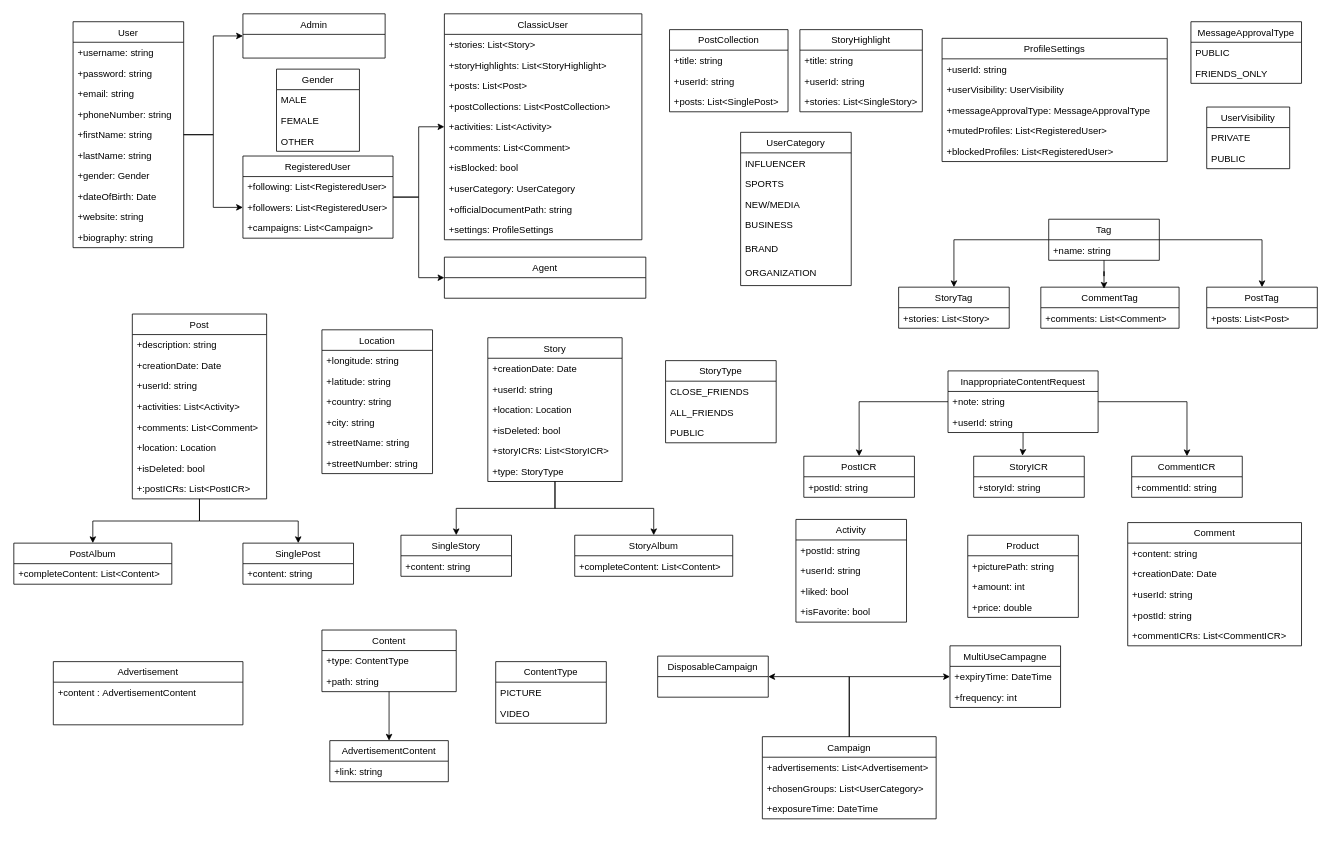
This is XML/Untitled Diagram.drawio from Ana00000/XML-and-BSEP, a draw.io file, before an edit. Source tidied: cells renumbered, new cells numbered last; positions are measured from the earlier drawing's top-left corner, leaving out a move shared by most shapes. Both pictures are drawn from the tidied source at 79%, with x=0, y=0 at pixel (13, 13).
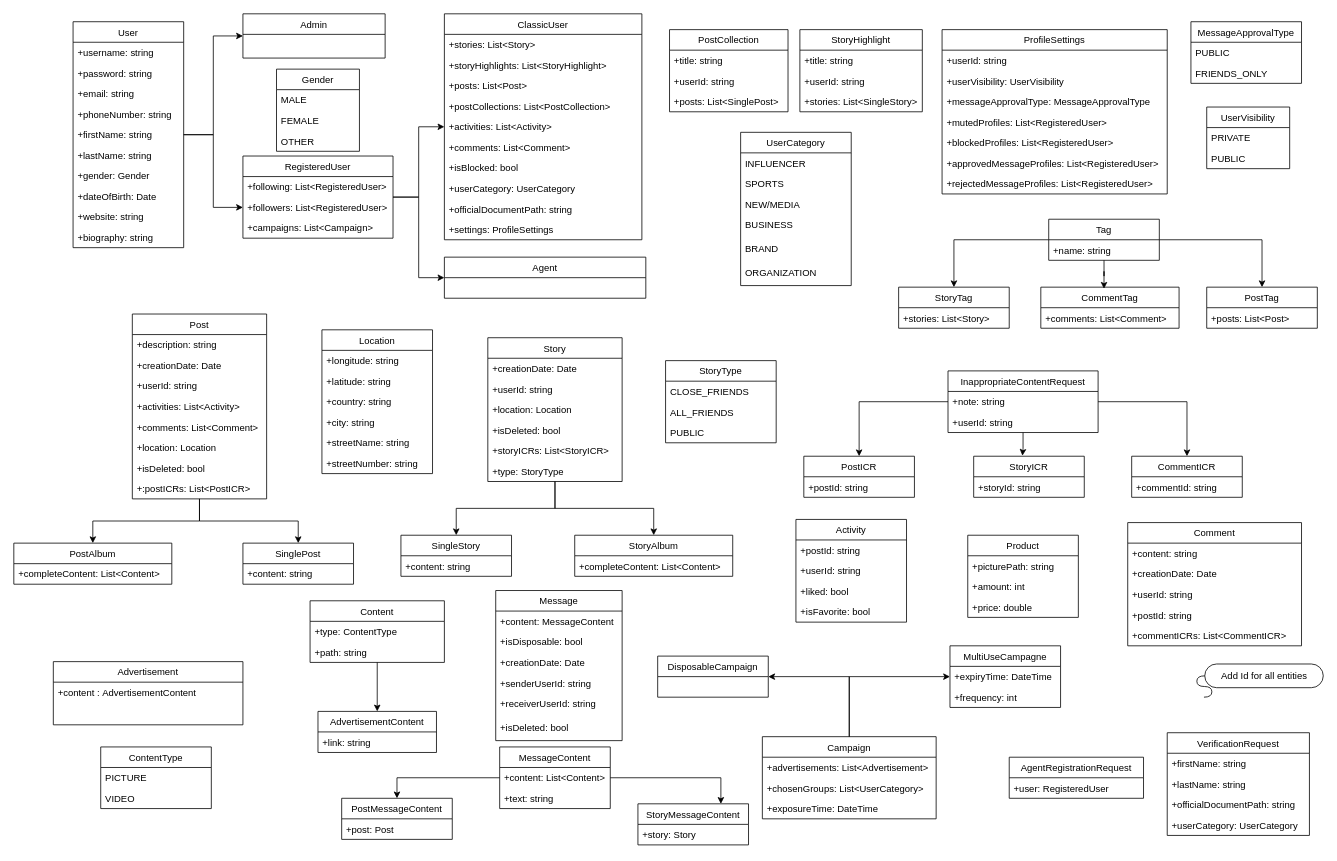
Above is the later version.

Commit message:
XML-chore: messages in diagram added

Diff of the diagram source:
```diff
@@
     <mxCell id="44" value="ProfileSettings" style="swimlane;fontStyle=0;horizontal=1;startSize=26;fillColor=none;" parent="1" vertex="1">
-      <mxGeometry x="1175" y="31" width="285" height="156" as="geometry" />
+      <mxGeometry x="1175" y="20" width="285" height="208" as="geometry" />
     </mxCell>
@@
+    <mxCell id="164" value="+approvedMessageProfiles: List&lt;RegisteredUser&gt;" style="text;strokeColor=none;fillColor=none;align=left;verticalAlign=top;spacingLeft=4;spacingRight=4;overflow=hidden;" parent="44" vertex="1">
+      <mxGeometry y="156" width="285" height="26" as="geometry" />
+    </mxCell>
+    <mxCell id="165" value="+rejectedMessageProfiles: List&lt;RegisteredUser&gt;" style="text;strokeColor=none;fillColor=none;align=left;verticalAlign=top;spacingLeft=4;spacingRight=4;overflow=hidden;" parent="44" vertex="1">
+      <mxGeometry y="182" width="285" height="26" as="geometry" />
+    </mxCell>
@@
     <mxCell id="115" value="Content" style="swimlane;fontStyle=0;horizontal=1;startSize=26;fillColor=none;" parent="1" vertex="1">
-      <mxGeometry x="390" y="780" width="170" height="78" as="geometry" />
+      <mxGeometry x="375" y="743" width="170" height="78" as="geometry" />
     </mxCell>
@@
     <mxCell id="118" value="AdvertisementContent" style="swimlane;fontStyle=0;horizontal=1;startSize=26;fillColor=none;" parent="1" vertex="1">
-      <mxGeometry x="400" y="920" width="150" height="52" as="geometry" />
+      <mxGeometry x="385" y="883" width="150" height="52" as="geometry" />
     </mxCell>
@@
     <mxCell id="120" value="ContentType" style="swimlane;fontStyle=0;horizontal=1;startSize=26;fillColor=none;" parent="1" vertex="1">
-      <mxGeometry x="610" y="820" width="140" height="78" as="geometry" />
+      <mxGeometry x="110" y="928" width="140" height="78" as="geometry" />
     </mxCell>
@@
+    <mxCell id="166" value="VerificationRequest" style="swimlane;fontStyle=0;horizontal=1;startSize=26;fillColor=none;" parent="1" vertex="1">
+      <mxGeometry x="1460" y="910" width="180" height="130" as="geometry" />
+    </mxCell>
+    <mxCell id="167" value="+firstName: string" style="text;strokeColor=none;fillColor=none;align=left;verticalAlign=top;spacingLeft=4;spacingRight=4;overflow=hidden;" parent="166" vertex="1">
+      <mxGeometry y="26" width="180" height="26" as="geometry" />
+    </mxCell>
+    <mxCell id="168" value="+lastName: string" style="text;strokeColor=none;fillColor=none;align=left;verticalAlign=top;spacingLeft=4;spacingRight=4;overflow=hidden;" parent="166" vertex="1">
+      <mxGeometry y="52" width="180" height="26" as="geometry" />
+    </mxCell>
+    <mxCell id="169" value="+officialDocumentPath: string" style="text;strokeColor=none;fillColor=none;align=left;verticalAlign=top;spacingLeft=4;spacingRight=4;overflow=hidden;" parent="166" vertex="1">
+      <mxGeometry y="78" width="180" height="26" as="geometry" />
+    </mxCell>
+    <mxCell id="170" value="+userCategory: UserCategory" style="text;strokeColor=none;fillColor=none;align=left;verticalAlign=top;spacingLeft=4;spacingRight=4;overflow=hidden;" parent="166" vertex="1">
+      <mxGeometry y="104" width="180" height="26" as="geometry" />
+    </mxCell>
+    <mxCell id="171" value="AgentRegistrationRequest" style="swimlane;fontStyle=0;horizontal=1;startSize=26;fillColor=none;" parent="1" vertex="1">
+      <mxGeometry x="1260" y="941" width="170" height="52" as="geometry" />
+    </mxCell>
+    <mxCell id="172" value="+user: RegisteredUser" style="text;strokeColor=none;fillColor=none;align=left;verticalAlign=top;spacingLeft=4;spacingRight=4;overflow=hidden;" parent="171" vertex="1">
+      <mxGeometry y="26" width="170" height="26" as="geometry" />
+    </mxCell>
+    <mxCell id="173" value="Message" style="swimlane;fontStyle=0;horizontal=1;startSize=26;fillColor=none;" parent="1" vertex="1">
+      <mxGeometry x="610" y="730" width="160" height="190" as="geometry" />
+    </mxCell>
+    <mxCell id="174" value="+content: MessageContent" style="text;strokeColor=none;fillColor=none;align=left;verticalAlign=top;spacingLeft=4;spacingRight=4;overflow=hidden;" parent="173" vertex="1">
+      <mxGeometry y="26" width="160" height="26" as="geometry" />
+    </mxCell>
+    <mxCell id="175" value="+isDisposable: bool" style="text;strokeColor=none;fillColor=none;align=left;verticalAlign=top;spacingLeft=4;spacingRight=4;overflow=hidden;" parent="173" vertex="1">
+      <mxGeometry y="52" width="160" height="26" as="geometry" />
+    </mxCell>
+    <mxCell id="176" value="+creationDate: Date" style="text;strokeColor=none;fillColor=none;align=left;verticalAlign=top;spacingLeft=4;spacingRight=4;overflow=hidden;" parent="173" vertex="1">
+      <mxGeometry y="78" width="160" height="26" as="geometry" />
+    </mxCell>
+    <mxCell id="177" value="+senderUserId: string" style="text;strokeColor=none;fillColor=none;align=left;verticalAlign=top;spacingLeft=4;spacingRight=4;overflow=hidden;" parent="173" vertex="1">
+      <mxGeometry y="104" width="160" height="26" as="geometry" />
+    </mxCell>
+    <mxCell id="178" value="+receiverUserId: string" style="text;strokeColor=none;fillColor=none;align=left;verticalAlign=top;spacingLeft=4;spacingRight=4;overflow=hidden;" parent="173" vertex="1">
+      <mxGeometry y="130" width="160" height="30" as="geometry" />
+    </mxCell>
+    <mxCell id="179" value="+isDeleted: bool" style="text;strokeColor=none;fillColor=none;align=left;verticalAlign=top;spacingLeft=4;spacingRight=4;overflow=hidden;" parent="173" vertex="1">
+      <mxGeometry y="160" width="160" height="30" as="geometry" />
+    </mxCell>
+    <mxCell id="180" style="edgeStyle=orthogonalEdgeStyle;rounded=0;jettySize=auto;html=1;entryX=0.75;entryY=0;entryDx=0;entryDy=0;" parent="1" edge="1" source="181" target="186">
+      <mxGeometry relative="1" as="geometry" />
+    </mxCell>
+    <mxCell id="181" value="MessageContent" style="swimlane;fontStyle=0;horizontal=1;startSize=26;fillColor=none;" parent="1" vertex="1">
+      <mxGeometry x="615" y="928" width="140" height="78" as="geometry" />
+    </mxCell>
+    <mxCell id="182" value="+content: List&lt;Content&gt;" style="text;strokeColor=none;fillColor=none;align=left;verticalAlign=top;spacingLeft=4;spacingRight=4;overflow=hidden;points=[[0,0.5],[1,0.5]];portConstraint=eastwest;" parent="181" vertex="1">
+      <mxGeometry y="26" width="140" height="26" as="geometry" />
+    </mxCell>
+    <mxCell id="183" value="+text: string" style="text;strokeColor=none;fillColor=none;align=left;verticalAlign=top;spacingLeft=4;spacingRight=4;overflow=hidden;" parent="181" vertex="1">
+      <mxGeometry y="52" width="140" height="26" as="geometry" />
+    </mxCell>
+    <mxCell id="184" value="PostMessageContent" style="swimlane;fontStyle=0;horizontal=1;startSize=26;fillColor=none;" parent="1" vertex="1">
+      <mxGeometry x="415" y="993" width="140" height="52" as="geometry" />
+    </mxCell>
+    <mxCell id="185" value="+post: Post" style="text;strokeColor=none;fillColor=none;align=left;verticalAlign=top;spacingLeft=4;spacingRight=4;overflow=hidden;" parent="184" vertex="1">
+      <mxGeometry y="26" width="140" height="26" as="geometry" />
+    </mxCell>
+    <mxCell id="186" value="StoryMessageContent" style="swimlane;fontStyle=0;horizontal=1;startSize=26;fillColor=none;" parent="1" vertex="1">
+      <mxGeometry x="790" y="1000" width="140" height="52" as="geometry" />
+    </mxCell>
+    <mxCell id="187" value="+story: Story" style="text;strokeColor=none;fillColor=none;align=left;verticalAlign=top;spacingLeft=4;spacingRight=4;overflow=hidden;" parent="186" vertex="1">
+      <mxGeometry y="26" width="140" height="26" as="geometry" />
+    </mxCell>
+    <mxCell id="188" style="edgeStyle=orthogonalEdgeStyle;rounded=0;jettySize=auto;html=1;exitX=0;exitY=0.5;exitDx=0;exitDy=0;" parent="1" edge="1" source="182" target="184">
+      <mxGeometry relative="1" as="geometry" />
+    </mxCell>
+    <mxCell id="189" value="Add Id for all entities" style="whiteSpace=wrap;html=1;rounded=1;arcSize=50;align=center;verticalAlign=middle;strokeWidth=1;spacing=4;newEdgeStyle={&quot;edgeStyle&quot;:&quot;entityRelationEdgeStyle&quot;,&quot;startArrow&quot;:&quot;none&quot;,&quot;endArrow&quot;:&quot;none&quot;,&quot;segment&quot;:10,&quot;curved&quot;:1};" parent="1" vertex="1">
+      <mxGeometry x="1507.5" y="823" width="150" height="30" as="geometry" />
+    </mxCell>
+    <mxCell id="190" style="edgeStyle=entityRelationEdgeStyle;startArrow=none;endArrow=none;segment=10;curved=1;" parent="1" edge="1" target="189">
+      <mxGeometry relative="1" as="geometry">
+        <mxPoint x="1506.5" y="865" as="sourcePoint" />
+      </mxGeometry>
+    </mxCell>
```
